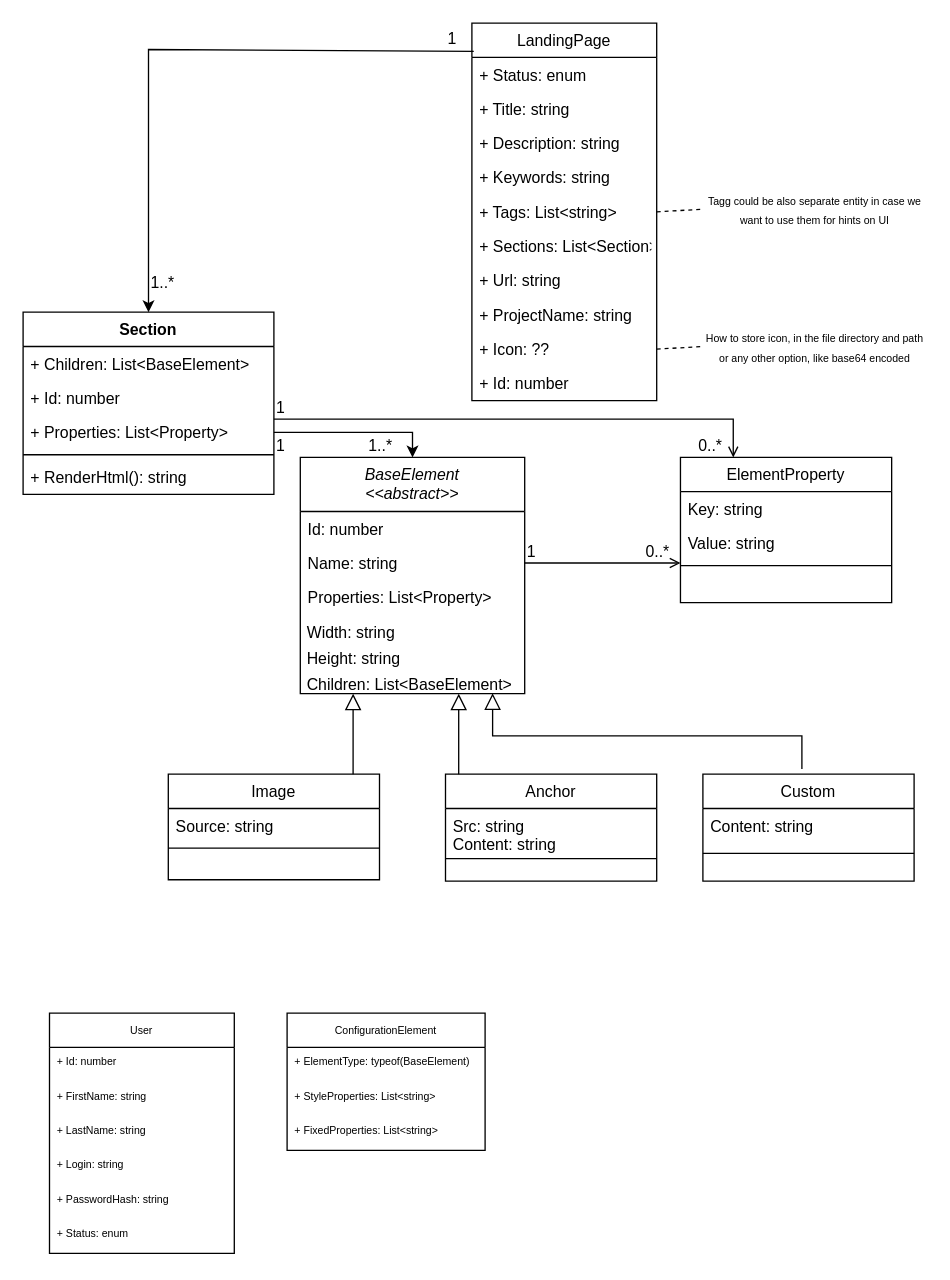
Above: meta-model.drawio in dmiAnd/Common (draw.io), before the change. Source tidied: cells renumbered, new cells numbered last; positions are measured from the earlier drawing's top-left corner, leaving out a move shared by most shapes. Both pictures are drawn from the tidied source at 132%, with x=0, y=0 at pixel (22, 22).
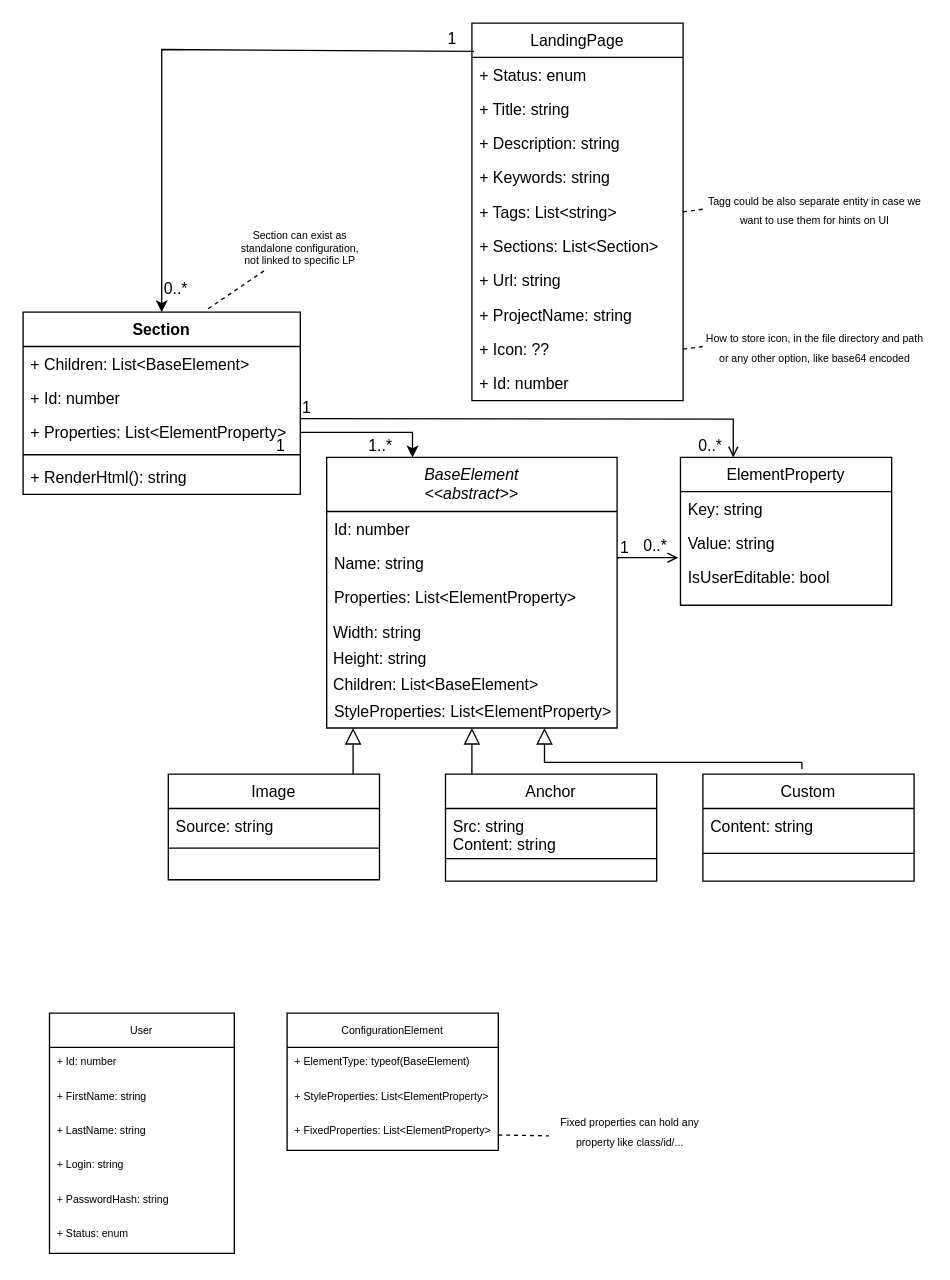
After the change.

Unchanged cells that the change refers to:
```xml
<mxCell id="13" value="Anchor" style="swimlane;fontStyle=0;align=center;verticalAlign=top;horizontal=1;startSize=26;rounded=0;shadow=0;strokeWidth=1;" parent="1" vertex="1">
  <mxGeometry x="320" y="569" width="160" height="81" as="geometry" />
</mxCell>
<mxCell id="19" value="Value: string" style="text;align=left;verticalAlign=top;spacingLeft=4;spacingRight=4;overflow=hidden;points=[[0,0.5],[1,0.5]];portConstraint=eastwest;rounded=0;shadow=0;html=0;" parent="17" vertex="1">
  <mxGeometry y="52" width="160" height="26" as="geometry" />
</mxCell>
```

What changed in the source:
```diff
@@
     <mxCell id="2" value="BaseElement&#10;&lt;&lt;abstract&gt;&gt;" style="swimlane;fontStyle=2;align=center;verticalAlign=top;horizontal=1;startSize=41;rounded=0;shadow=0;strokeWidth=1;" parent="1" vertex="1">
-      <mxGeometry x="210" y="329" width="170" height="179" as="geometry" />
+      <mxGeometry x="230" y="329" width="220" height="205" as="geometry" />
     </mxCell>
     <mxCell id="3" value="Id: number" style="text;align=left;verticalAlign=top;spacingLeft=4;spacingRight=4;overflow=hidden;" parent="2" vertex="1">
-      <mxGeometry y="41" width="170" height="26" as="geometry" />
+      <mxGeometry y="41" width="220" height="26" as="geometry" />
     </mxCell>
     <mxCell id="4" value="Name: string" style="text;align=left;verticalAlign=top;spacingLeft=4;spacingRight=4;overflow=hidden;points=[[0,0.5],[1,0.5]];portConstraint=eastwest;rounded=0;shadow=0;html=0;" parent="2" vertex="1">
-      <mxGeometry y="67" width="170" height="26" as="geometry" />
+      <mxGeometry y="67" width="220" height="26" as="geometry" />
     </mxCell>
-    <mxCell id="5" value="Properties: List&lt;Property&gt;" style="text;align=left;verticalAlign=top;spacingLeft=4;spacingRight=4;overflow=hidden;rounded=0;shadow=0;html=0;" parent="2" vertex="1">
-      <mxGeometry y="93" width="170" height="26" as="geometry" />
+    <mxCell id="5" value="Properties: List&lt;ElementProperty&gt;" style="text;align=left;verticalAlign=top;spacingLeft=4;spacingRight=4;overflow=hidden;rounded=0;shadow=0;html=0;" parent="2" vertex="1">
+      <mxGeometry y="93" width="220" height="26" as="geometry" />
     </mxCell>
     <mxCell id="6" value="&amp;nbsp;Width: string" style="text;html=1;align=left;verticalAlign=top;strokeColor=none;fillColor=none;" parent="2" vertex="1">
-      <mxGeometry y="119" width="170" height="20" as="geometry" />
+      <mxGeometry y="119" width="220" height="20" as="geometry" />
     </mxCell>
     <mxCell id="7" value="&amp;nbsp;Height: string" style="text;html=1;align=left;verticalAlign=top;strokeColor=none;fillColor=none;" parent="2" vertex="1">
-      <mxGeometry y="139" width="170" height="20" as="geometry" />
+      <mxGeometry y="139" width="220" height="20" as="geometry" />
     </mxCell>
     <mxCell id="8" value="&amp;nbsp;Children: List&amp;lt;BaseElement&amp;gt;" style="text;html=1;align=left;verticalAlign=top;points=[];strokeColor=none;fillColor=none;" parent="2" vertex="1">
-      <mxGeometry y="159" width="170" height="20" as="geometry" />
+      <mxGeometry y="159" width="220" height="20" as="geometry" />
     </mxCell>
+    <mxCell id="69" value="StyleProperties: List&lt;ElementProperty&gt;" style="text;align=left;verticalAlign=top;spacingLeft=4;spacingRight=4;overflow=hidden;rounded=0;shadow=0;html=0;" parent="2" vertex="1">
+      <mxGeometry y="179" width="220" height="26" as="geometry" />
+    </mxCell>
@@
-    <mxCell id="16" style="endArrow=block;endSize=10;endFill=0;shadow=0;strokeWidth=1;rounded=0;edgeStyle=elbowEdgeStyle;elbow=vertical;" parent="1" edge="1" source="13" target="2">
+    <mxCell id="16" style="endArrow=block;endSize=10;endFill=0;shadow=0;strokeWidth=1;rounded=0;edgeStyle=elbowEdgeStyle;elbow=vertical;entryX=0.5;entryY=1;entryDx=0;entryDy=0;" parent="1" edge="1" source="13" target="2">
       <mxGeometry relative="1" as="geometry">
         <Array as="points">
-          <mxPoint x="330" y="538" />
+          <mxPoint x="340" y="550" />
         </Array>
       </mxGeometry>
     </mxCell>
     <mxCell id="17" value="ElementProperty" style="swimlane;fontStyle=0;align=center;verticalAlign=top;horizontal=1;startSize=26;rounded=0;shadow=0;strokeWidth=1;" parent="1" vertex="1">
-      <mxGeometry x="498" y="329" width="160" height="110" as="geometry" />
+      <mxGeometry x="498" y="329" width="160" height="112" as="geometry" />
     </mxCell>
@@
-    <mxCell id="20" style="line;html=1;strokeWidth=1;align=left;verticalAlign=middle;spacingTop=-1;spacingLeft=3;spacingRight=3;labelPosition=right;" parent="17" vertex="1">
-      <mxGeometry y="78" width="160" height="8" as="geometry" />
-    </mxCell>
+    <mxCell id="70" value="IsUserEditable: bool" style="text;align=left;verticalAlign=top;spacingLeft=4;spacingRight=4;overflow=hidden;rounded=0;shadow=0;html=0;" parent="17" vertex="1">
+      <mxGeometry y="78" width="160" height="26" as="geometry" />
+    </mxCell>
-    <mxCell id="21" style="endArrow=open;shadow=0;strokeWidth=1;rounded=0;endFill=1;edgeStyle=elbowEdgeStyle;elbow=vertical;" parent="1" edge="1">
+    <mxCell id="21" style="endArrow=open;shadow=0;strokeWidth=1;rounded=0;endFill=1;edgeStyle=elbowEdgeStyle;elbow=vertical;exitX=1.003;exitY=0.385;exitDx=0;exitDy=0;exitPerimeter=0;entryX=-0.011;entryY=0.9;entryDx=0;entryDy=0;entryPerimeter=0;" parent="1" edge="1" source="4" target="19">
       <mxGeometry x="0.5" y="41" relative="1" as="geometry">
-        <mxPoint x="380" y="409" as="sourcePoint" />
-        <mxPoint x="498" y="409" as="targetPoint" />
         <mxPoint x="-40" y="32" as="offset" />
       </mxGeometry>
     </mxCell>
@@
-    <mxCell id="24" style="edgeStyle=orthogonalEdgeStyle;rounded=0;jettySize=auto;html=1;exitX=1;exitY=0.5;exitDx=0;exitDy=0;entryX=0.5;entryY=0;entryDx=0;entryDy=0;" parent="1" edge="1" source="28" target="2">
+    <mxCell id="24" style="edgeStyle=orthogonalEdgeStyle;rounded=0;jettySize=auto;html=1;exitX=1;exitY=0.5;exitDx=0;exitDy=0;" parent="1" edge="1" source="28">
       <mxGeometry relative="1" as="geometry">
+        <mxPoint x="295" y="329" as="targetPoint" />
         <Array as="points">
           <mxPoint x="295" y="310" />
         </Array>
       </mxGeometry>
     </mxCell>
     <mxCell id="25" value="Section" style="swimlane;fontStyle=1;align=center;verticalAlign=top;horizontal=1;startSize=26;" parent="1" vertex="1">
-      <mxGeometry y="219" width="190" height="138" as="geometry" />
+      <mxGeometry y="219" width="210" height="138" as="geometry" />
     </mxCell>
     <mxCell id="26" value="+ Children: List&lt;BaseElement&gt;" style="text;strokeColor=none;fillColor=none;align=left;verticalAlign=top;spacingLeft=4;spacingRight=4;overflow=hidden;" parent="25" vertex="1">
-      <mxGeometry y="26" width="190" height="26" as="geometry" />
+      <mxGeometry y="26" width="210" height="26" as="geometry" />
     </mxCell>
     <mxCell id="27" value="+ Id: number" style="text;strokeColor=none;fillColor=none;align=left;verticalAlign=top;spacingLeft=4;spacingRight=4;overflow=hidden;" parent="25" vertex="1">
-      <mxGeometry y="52" width="190" height="26" as="geometry" />
+      <mxGeometry y="52" width="210" height="26" as="geometry" />
     </mxCell>
-    <mxCell id="28" value="+ Properties: List&lt;Property&gt;" style="text;strokeColor=none;fillColor=none;align=left;verticalAlign=top;spacingLeft=4;spacingRight=4;overflow=hidden;points=[[0,0.5],[1,0.5]];portConstraint=eastwest;" parent="25" vertex="1">
-      <mxGeometry y="78" width="190" height="26" as="geometry" />
+    <mxCell id="28" value="+ Properties: List&lt;ElementProperty&gt;" style="text;strokeColor=none;fillColor=none;align=left;verticalAlign=top;spacingLeft=4;spacingRight=4;overflow=hidden;points=[[0,0.5],[1,0.5]];portConstraint=eastwest;" parent="25" vertex="1">
+      <mxGeometry y="78" width="210" height="26" as="geometry" />
     </mxCell>
     <mxCell id="29" style="line;strokeWidth=1;fillColor=none;align=left;verticalAlign=middle;spacingTop=-1;spacingLeft=3;spacingRight=3;labelPosition=right;" parent="25" vertex="1">
-      <mxGeometry y="104" width="190" height="8" as="geometry" />
+      <mxGeometry y="104" width="210" height="8" as="geometry" />
     </mxCell>
     <mxCell id="30" value="+ RenderHtml(): string" style="text;strokeColor=none;fillColor=none;align=left;verticalAlign=top;spacingLeft=4;spacingRight=4;overflow=hidden;" parent="25" vertex="1">
-      <mxGeometry y="112" width="190" height="26" as="geometry" />
+      <mxGeometry y="112" width="210" height="26" as="geometry" />
     </mxCell>
@@
     <mxCell id="33" value="LandingPage" style="swimlane;fontStyle=0;horizontal=1;startSize=26;fillColor=none;" parent="1" vertex="1">
-      <mxGeometry x="340" width="140" height="286" as="geometry" />
+      <mxGeometry x="340" width="160" height="286" as="geometry" />
     </mxCell>
     <mxCell id="34" value="+ Status: enum" style="text;strokeColor=none;fillColor=none;align=left;verticalAlign=top;spacingLeft=4;spacingRight=4;overflow=hidden;" parent="33" vertex="1">
-      <mxGeometry y="26" width="140" height="26" as="geometry" />
+      <mxGeometry y="26" width="160" height="26" as="geometry" />
     </mxCell>
     <mxCell id="35" value="+ Title: string" style="text;strokeColor=none;fillColor=none;align=left;verticalAlign=top;spacingLeft=4;spacingRight=4;overflow=hidden;" parent="33" vertex="1">
-      <mxGeometry y="52" width="140" height="26" as="geometry" />
+      <mxGeometry y="52" width="160" height="26" as="geometry" />
     </mxCell>
     <mxCell id="36" value="+ Description: string" style="text;strokeColor=none;fillColor=none;align=left;verticalAlign=top;spacingLeft=4;spacingRight=4;overflow=hidden;" parent="33" vertex="1">
-      <mxGeometry y="78" width="140" height="26" as="geometry" />
+      <mxGeometry y="78" width="160" height="26" as="geometry" />
     </mxCell>
     <mxCell id="37" value="+ Keywords: string" style="text;strokeColor=none;fillColor=none;align=left;verticalAlign=top;spacingLeft=4;spacingRight=4;overflow=hidden;" parent="33" vertex="1">
-      <mxGeometry y="104" width="140" height="26" as="geometry" />
+      <mxGeometry y="104" width="160" height="26" as="geometry" />
     </mxCell>
     <mxCell id="38" value="+ Tags: List&lt;string&gt;" style="text;strokeColor=none;fillColor=none;align=left;verticalAlign=top;spacingLeft=4;spacingRight=4;overflow=hidden;points=[[0,0.5],[1,0.5]];portConstraint=eastwest;" parent="33" vertex="1">
-      <mxGeometry y="130" width="140" height="26" as="geometry" />
+      <mxGeometry y="130" width="160" height="26" as="geometry" />
     </mxCell>
     <mxCell id="39" value="+ Sections: List&lt;Section&gt;" style="text;strokeColor=none;fillColor=none;align=left;verticalAlign=top;spacingLeft=4;spacingRight=4;overflow=hidden;" parent="33" vertex="1">
-      <mxGeometry y="156" width="140" height="26" as="geometry" />
+      <mxGeometry y="156" width="160" height="26" as="geometry" />
     </mxCell>
     <mxCell id="40" value="+ Url: string" style="text;strokeColor=none;fillColor=none;align=left;verticalAlign=top;spacingLeft=4;spacingRight=4;overflow=hidden;" parent="33" vertex="1">
-      <mxGeometry y="182" width="140" height="26" as="geometry" />
+      <mxGeometry y="182" width="160" height="26" as="geometry" />
     </mxCell>
     <mxCell id="41" value="+ ProjectName: string" style="text;strokeColor=none;fillColor=none;align=left;verticalAlign=top;spacingLeft=4;spacingRight=4;overflow=hidden;" parent="33" vertex="1">
-      <mxGeometry y="208" width="140" height="26" as="geometry" />
+      <mxGeometry y="208" width="160" height="26" as="geometry" />
     </mxCell>
     <mxCell id="42" value="+ Icon: ??" style="text;strokeColor=none;fillColor=none;align=left;verticalAlign=top;spacingLeft=4;spacingRight=4;overflow=hidden;points=[[0,0.5],[1,0.5]];portConstraint=eastwest;" parent="33" vertex="1">
-      <mxGeometry y="234" width="140" height="26" as="geometry" />
+      <mxGeometry y="234" width="160" height="26" as="geometry" />
     </mxCell>
     <mxCell id="43" value="+ Id: number" style="text;strokeColor=none;fillColor=none;align=left;verticalAlign=top;spacingLeft=4;spacingRight=4;overflow=hidden;" parent="33" vertex="1">
-      <mxGeometry y="260" width="140" height="26" as="geometry" />
+      <mxGeometry y="260" width="160" height="26" as="geometry" />
     </mxCell>
@@
     <mxCell id="45" style="endArrow=classic;html=1;rounded=0;fontSize=8;exitX=0.01;exitY=0.075;exitDx=0;exitDy=0;exitPerimeter=0;entryX=0.5;entryY=0;entryDx=0;entryDy=0;" parent="1" edge="1" source="33" target="25">
       <mxGeometry relative="1" as="geometry">
         <Array as="points">
-          <mxPoint x="95" y="20" />
+          <mxPoint x="105" y="20" />
         </Array>
       </mxGeometry>
     </mxCell>
@@
-    <mxCell id="47" value="1..*" style="align=left;verticalAlign=bottom;labelBackgroundColor=none;fontSize=12;direction=west;" parent="1" vertex="1">
-      <mxGeometry x="95" y="205" as="geometry" />
+    <mxCell id="47" value="0..*" style="align=left;verticalAlign=bottom;labelBackgroundColor=none;fontSize=12;direction=east;" parent="1" vertex="1">
+      <mxGeometry x="105" y="210" as="geometry" />
     </mxCell>
@@
-    <mxCell id="51" style="endArrow=block;endSize=10;endFill=0;shadow=0;strokeWidth=1;rounded=0;edgeStyle=elbowEdgeStyle;elbow=vertical;entryX=0.857;entryY=0.986;entryDx=0;entryDy=0;entryPerimeter=0;" parent="1" edge="1" target="8">
+    <mxCell id="51" style="endArrow=block;endSize=10;endFill=0;shadow=0;strokeWidth=1;rounded=0;edgeStyle=elbowEdgeStyle;elbow=vertical;entryX=0.75;entryY=1;entryDx=0;entryDy=0;" parent="1" edge="1" target="2">
       <mxGeometry relative="1" as="geometry">
         <mxPoint x="590" y="565" as="sourcePoint" />
         <Array as="points">
-          <mxPoint x="440" y="540" />
+          <mxPoint x="490" y="560" />
         </Array>
       </mxGeometry>
     </mxCell>
@@
-    <mxCell id="62" style="endArrow=open;shadow=0;strokeWidth=1;rounded=0;endFill=1;edgeStyle=elbowEdgeStyle;elbow=vertical;entryX=0.25;entryY=0;entryDx=0;entryDy=0;" parent="1" edge="1" target="17">
+    <mxCell id="62" style="endArrow=open;shadow=0;strokeWidth=1;rounded=0;endFill=1;edgeStyle=elbowEdgeStyle;elbow=vertical;entryX=0.25;entryY=0;entryDx=0;entryDy=0;exitX=1.001;exitY=0.1;exitDx=0;exitDy=0;exitPerimeter=0;" parent="1" edge="1" source="28" target="17">
       <mxGeometry x="0.5" y="41" relative="1" as="geometry">
-        <mxPoint x="190" y="300" as="sourcePoint" />
         <Array as="points">
           <mxPoint x="280" y="300" />
           <mxPoint x="310" y="288" />
           <mxPoint x="250" y="310" />
           <mxPoint x="310" y="300" />
           <mxPoint x="300" y="288" />
           <mxPoint x="340" y="288" />
           <mxPoint x="430" y="300" />
         </Array>
         <mxPoint x="-40" y="32" as="offset" />
       </mxGeometry>
     </mxCell>
@@
     <mxCell id="65" value="ConfigurationElement" style="swimlane;fontStyle=0;horizontal=1;startSize=26;fillColor=none;fontSize=8;" parent="1" vertex="1">
-      <mxGeometry x="200" y="750" width="150" height="104" as="geometry" />
+      <mxGeometry x="200" y="750" width="160" height="104" as="geometry" />
     </mxCell>
     <mxCell id="66" value="+ ElementType: typeof(BaseElement)" style="text;strokeColor=none;fillColor=none;align=left;verticalAlign=top;spacingLeft=4;spacingRight=4;overflow=hidden;fontSize=8;" parent="65" vertex="1">
-      <mxGeometry y="26" width="150" height="26" as="geometry" />
+      <mxGeometry y="26" width="160" height="26" as="geometry" />
     </mxCell>
-    <mxCell id="67" value="+ StyleProperties: List&lt;string&gt;" style="text;strokeColor=none;fillColor=none;align=left;verticalAlign=top;spacingLeft=4;spacingRight=4;overflow=hidden;fontSize=8;" parent="65" vertex="1">
-      <mxGeometry y="52" width="150" height="26" as="geometry" />
+    <mxCell id="67" value="+ StyleProperties: List&lt;ElementProperty&gt;" style="text;strokeColor=none;fillColor=none;align=left;verticalAlign=top;spacingLeft=4;spacingRight=4;overflow=hidden;fontSize=8;" parent="65" vertex="1">
+      <mxGeometry y="52" width="160" height="26" as="geometry" />
     </mxCell>
-    <mxCell id="68" value="+ FixedProperties: List&lt;string&gt;" style="text;strokeColor=none;fillColor=none;align=left;verticalAlign=top;spacingLeft=4;spacingRight=4;overflow=hidden;points=[[0,0.5],[1,0.5]];portConstraint=eastwest;fontSize=8;" parent="65" vertex="1">
-      <mxGeometry y="78" width="150" height="26" as="geometry" />
+    <mxCell id="68" value="+ FixedProperties: List&lt;ElementProperty&gt;" style="text;strokeColor=none;fillColor=none;align=left;verticalAlign=top;spacingLeft=4;spacingRight=4;overflow=hidden;points=[[0,0.5],[1,0.5]];portConstraint=eastwest;fontSize=8;" parent="65" vertex="1">
+      <mxGeometry y="78" width="160" height="26" as="geometry" />
     </mxCell>
+    <mxCell id="71" value="&lt;font style=&quot;font-size: 8px&quot;&gt;Fixed properties can hold any property like class/id/...&lt;/font&gt;" style="text;html=1;strokeColor=none;fillColor=none;align=center;verticalAlign=middle;whiteSpace=wrap;rounded=0;" parent="1" vertex="1">
+      <mxGeometry x="400" y="824" width="120" height="30" as="geometry" />
+    </mxCell>
+    <mxCell id="72" style="endArrow=none;dashed=1;html=1;rounded=0;fontSize=8;entryX=-0.014;entryY=0.633;entryDx=0;entryDy=0;entryPerimeter=0;" parent="1" edge="1" source="68" target="71">
+      <mxGeometry relative="1" as="geometry" />
+    </mxCell>
+    <mxCell id="73" value="Section can exist as standalone configuration, not linked to specific LP" style="text;html=1;strokeColor=none;fillColor=none;align=center;verticalAlign=middle;whiteSpace=wrap;rounded=0;fontSize=8;" parent="1" vertex="1">
+      <mxGeometry x="160" y="156" width="100" height="30" as="geometry" />
+    </mxCell>
+    <mxCell id="74" style="endArrow=none;dashed=1;html=1;rounded=0;fontSize=8;exitX=0.668;exitY=-0.019;exitDx=0;exitDy=0;exitPerimeter=0;entryX=0.25;entryY=1;entryDx=0;entryDy=0;" parent="1" edge="1" source="25" target="73">
+      <mxGeometry relative="1" as="geometry" />
+    </mxCell>
```
